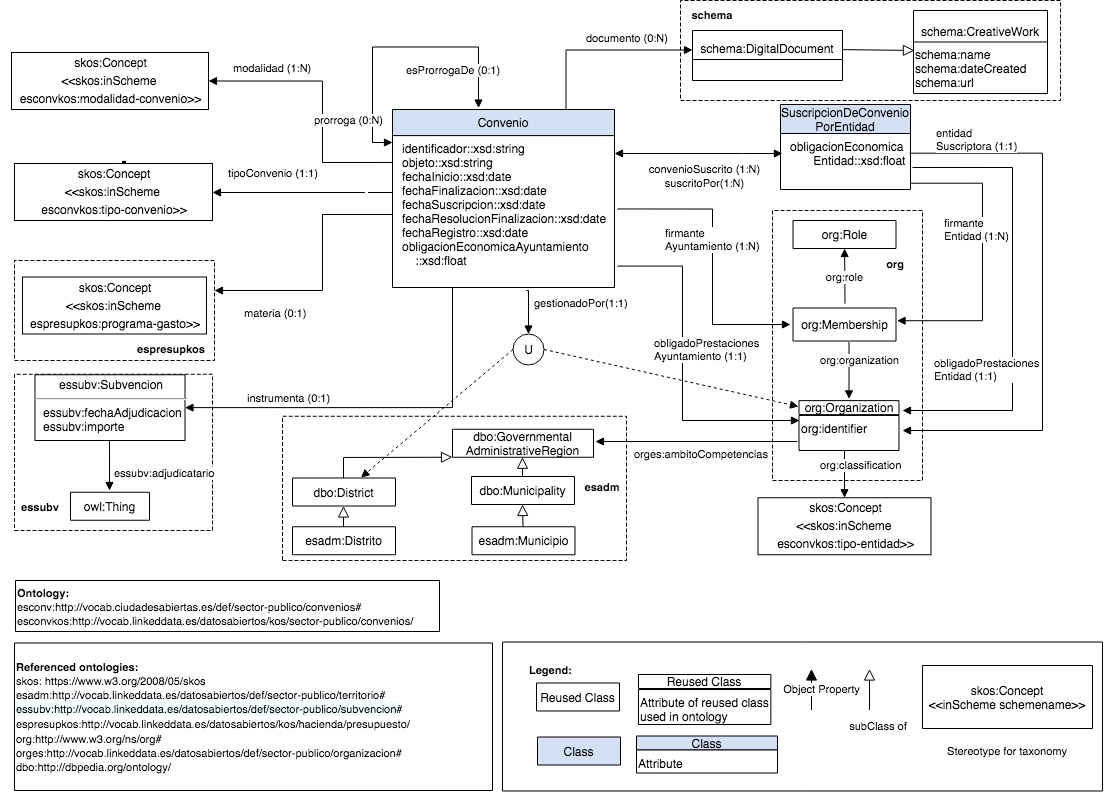
Above: OnToology/ontology/convenio.owl/documentation/resources/images/modeloConceptual.png in opencitydata/sector-publico-convenio-old (draw.io), before the change. Source tidied: cells renumbered, new cells last; positions are measured from the earlier drawing's top-left corner, leaving out a move shared by most shapes.
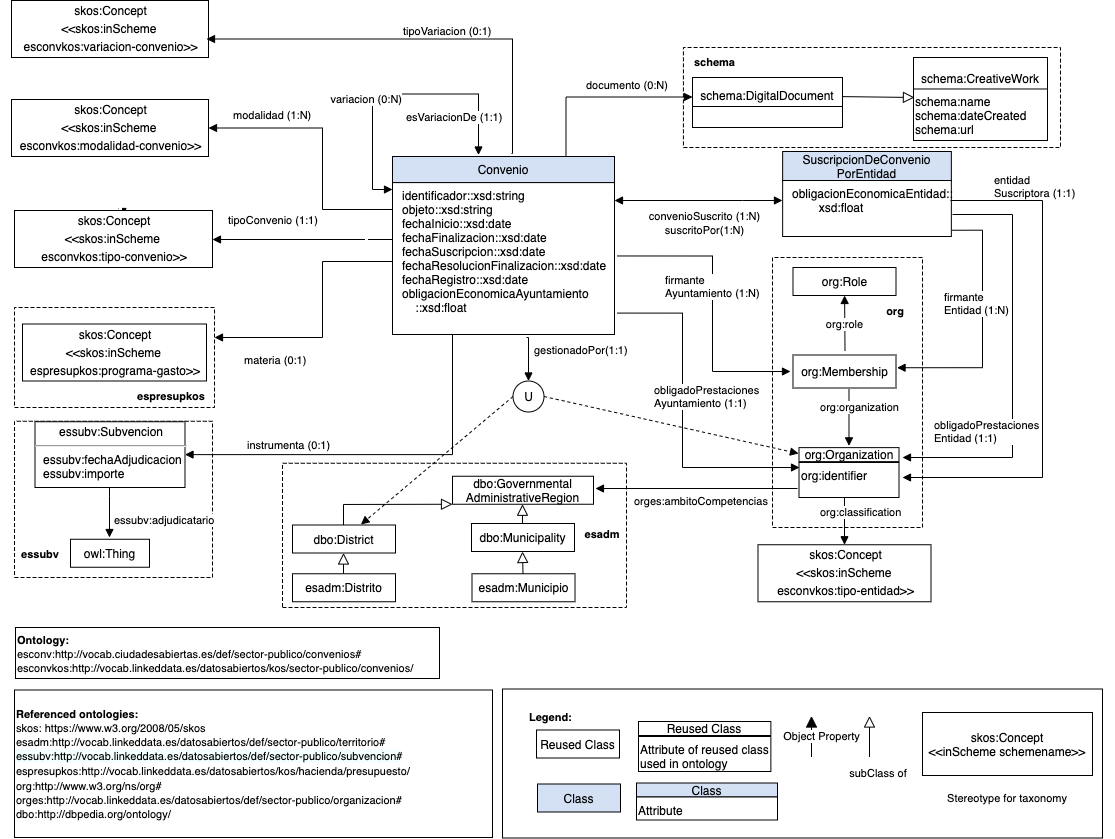
After the commit.

Commit message:
Actualización ontología

Implementación de variación de un convenio (prórroga, extensión o modificación), se agrega un SKOS para tipo de variación.

Change to the diagram source:
```diff
@@ -8,8 +8,9 @@
     <mxCell id="3" style="vsdxID=510;fillColor=none;gradientColor=none;shape=(stored shape, 160 characters);dashed=1;dashPattern=4.00 2.00;labelBackgroundColor=none;rounded=0;html=1;whiteSpace=wrap;" parent="1" vertex="1">
       <mxGeometry x="772" y="210" width="150" height="270" as="geometry" />
     </mxCell>
-    <mxCell id="4" value="obligadoPrestaciones&lt;br&gt;Entidad (1:1)" style="endArrow=block;endFill=1;html=1;edgeStyle=orthogonalEdgeStyle;align=left;verticalAlign=top;rounded=0;exitX=1.015;exitY=0.607;exitDx=0;exitDy=0;exitPerimeter=0;" parent="1" edge="1" source="78">
+    <mxCell id="4" value="obligadoPrestaciones&lt;br&gt;Entidad (1:1)" style="endArrow=block;endFill=1;html=1;edgeStyle=orthogonalEdgeStyle;align=left;verticalAlign=top;rounded=0;" parent="1" edge="1">
       <mxGeometry x="0.25" y="-80" relative="1" as="geometry">
+        <mxPoint x="952" y="167" as="sourcePoint" />
         <mxPoint x="902" y="410" as="targetPoint" />
         <Array as="points">
           <mxPoint x="1012" y="167" />
@@ -269,14 +270,14 @@
         </Array>
       </mxGeometry>
     </mxCell>
-    <mxCell id="62" value="&lt;font style=&quot;font-size: 11px&quot;&gt;esProrrogaDe (0:1)&lt;/font&gt;" style="html=1;align=left;verticalAlign=bottom;labelBackgroundColor=#ffffff;fontSize=10;" parent="61" vertex="1">
+    <mxCell id="62" value="&lt;font style=&quot;font-size: 11px&quot;&gt;esVariacionDe (1:1)&lt;/font&gt;" style="html=1;align=left;verticalAlign=bottom;labelBackgroundColor=#ffffff;fontSize=10;" parent="61" vertex="1">
       <mxGeometry x="-1" relative="1" as="geometry">
         <mxPoint x="-74" y="-30" as="offset" />
       </mxGeometry>
     </mxCell>
-    <mxCell id="63" value="&lt;font style=&quot;font-size: 11px&quot;&gt;prorroga (0:N)&lt;/font&gt;" style="html=1;align=right;verticalAlign=bottom;labelBackgroundColor=#ffffff;fontSize=10;" parent="61" vertex="1">
+    <mxCell id="63" value="&lt;font style=&quot;font-size: 11px&quot;&gt;variacion (0:N)&lt;/font&gt;" style="html=1;align=right;verticalAlign=bottom;labelBackgroundColor=#ffffff;fontSize=10;" parent="61" vertex="1">
       <mxGeometry x="1" relative="1" as="geometry">
-        <mxPoint x="-10" y="-14" as="offset" />
+        <mxPoint x="9.5" y="-82" as="offset" />
       </mxGeometry>
     </mxCell>
     <mxCell id="64" value="&lt;p style=&quot;margin: 0px ; margin-top: 4px ; text-align: center&quot;&gt;&lt;span&gt;skos:Concept&lt;/span&gt;&lt;br&gt;&lt;/p&gt;&lt;p style=&quot;margin: 0px ; margin-top: 4px ; text-align: center&quot;&gt;&amp;lt;&amp;lt;skos:inScheme&amp;nbsp;&lt;/p&gt;&lt;p style=&quot;margin: 0px ; margin-top: 4px ; text-align: center&quot;&gt;esconvkos:modalidad-convenio&amp;gt;&amp;gt;&lt;span&gt;&lt;br&gt;&lt;/span&gt;&lt;/p&gt;" style="verticalAlign=top;align=left;overflow=fill;fontSize=12;fontFamily=Helvetica;html=1;" parent="1" vertex="1">
@@ -313,22 +314,22 @@
       <mxGeometry x="-20" y="26.1" width="222" height="151.9" as="geometry" />
     </mxCell>
     <mxCell id="75" style="group;" parent="1" vertex="1">
-      <mxGeometry x="800" y="120" width="260" height="90" as="geometry" />
+      <mxGeometry x="802" y="120" width="258" height="90" as="geometry" />
     </mxCell>
     <mxCell id="76" style="group;" parent="75" vertex="1">
-      <mxGeometry x="-20" y="-21" width="130" height="90" as="geometry" />
+      <mxGeometry x="-19.8" y="-21" width="168.7" height="90" as="geometry" />
     </mxCell>
     <mxCell id="77" value="&lt;font style=&quot;font-size: 12px ; color: rgb(0 , 0 , 0) ; direction: ltr ; letter-spacing: 0px ; line-height: 120% ; opacity: 1&quot;&gt;SuscripcionDeConvenio&lt;br&gt;PorEntidad&lt;br&gt;&lt;/font&gt;" style="verticalAlign=middle;align=center;vsdxID=334;fillColor=#D4E1F5;gradientColor=none;shape=(stored shape, 160 characters);labelBackgroundColor=none;rounded=0;html=1;whiteSpace=wrap;" parent="76" vertex="1">
-      <mxGeometry y="5" width="130" height="30" as="geometry" />
+      <mxGeometry y="5" width="168.7" height="30" as="geometry" />
     </mxCell>
-    <mxCell id="78" value="&lt;p style=&quot;margin: 0px 0px 0px 8px&quot;&gt;&lt;span&gt;obligacion&lt;/span&gt;&lt;span&gt;Economica&lt;/span&gt;&lt;br&gt;&lt;/p&gt;&lt;p style=&quot;margin: 0px 0px 0px 8px&quot;&gt;&amp;nbsp; &amp;nbsp; &amp;nbsp; &amp;nbsp;Entidad::xsd:float&lt;/p&gt;" style="verticalAlign=top;align=left;vsdxID=335;fillColor=#FFFFFF;gradientColor=none;shape=(stored shape, 160 characters);labelBackgroundColor=none;rounded=0;html=1;whiteSpace=wrap;" parent="76" vertex="1">
-      <mxGeometry y="34" width="130" height="56" as="geometry" />
+    <mxCell id="78" value="&lt;p style=&quot;margin: 0px 0px 0px 8px&quot;&gt;&lt;span&gt;obligacion&lt;/span&gt;&lt;span&gt;Economica&lt;/span&gt;&lt;span&gt;Entidad::&lt;/span&gt;&lt;/p&gt;&lt;p style=&quot;margin: 0px 0px 0px 8px&quot;&gt;&lt;span&gt;&amp;nbsp; &amp;nbsp; &amp;nbsp; &amp;nbsp; xsd:float&lt;/span&gt;&lt;/p&gt;" style="verticalAlign=top;align=left;vsdxID=335;fillColor=#FFFFFF;gradientColor=none;shape=(stored shape, 160 characters);labelBackgroundColor=none;rounded=0;html=1;whiteSpace=wrap;" parent="76" vertex="1">
+      <mxGeometry y="34" width="168.7" height="56" as="geometry" />
     </mxCell>
     <mxCell id="79" style="vsdxID=510;fillColor=none;gradientColor=none;shape=(stored shape, 160 characters);dashed=1;dashPattern=4.00 2.00;labelBackgroundColor=none;rounded=0;html=1;whiteSpace=wrap;" parent="75" vertex="1">
-      <mxGeometry x="-120" y="-120" width="380" height="100" as="geometry" />
+      <mxGeometry x="-119.1" y="-120" width="377.1" height="100" as="geometry" />
     </mxCell>
     <mxCell id="80" value="&lt;font style=&quot;font-size: 11px ; color: rgb(0 , 0 , 0) ; direction: ltr ; letter-spacing: 0px ; line-height: 120% ; opacity: 1&quot;&gt;&lt;b&gt;schema&lt;br&gt;&lt;/b&gt;&lt;/font&gt;" style="verticalAlign=middle;align=center;vsdxID=511;fillColor=none;gradientColor=none;shape=(stored shape, 160 characters);strokeColor=none;labelBackgroundColor=none;rounded=0;html=1;whiteSpace=wrap;" parent="75" vertex="1">
-      <mxGeometry x="-128" y="-120" width="80" height="28" as="geometry" />
+      <mxGeometry x="-127" y="-120" width="79.4" height="28" as="geometry" />
     </mxCell>
     <mxCell id="81" value="firmante&lt;br&gt;Entidad (1:N)" style="endArrow=block;endFill=1;html=1;edgeStyle=orthogonalEdgeStyle;align=left;verticalAlign=top;rounded=0;exitX=1.004;exitY=0.888;exitDx=0;exitDy=0;exitPerimeter=0;entryX=1.01;entryY=0.386;entryDx=0;entryDy=0;entryPerimeter=0;" parent="1" edge="1" source="78" target="18">
       <mxGeometry x="-0.33" y="-40" relative="1" as="geometry">
@@ -341,8 +342,9 @@
     <mxCell id="82" style="html=1;align=left;verticalAlign=bottom;labelBackgroundColor=#ffffff;fontSize=10;" parent="81" vertex="1">
       <mxGeometry x="-1" relative="1" as="geometry" />
     </mxCell>
-    <mxCell id="83" value="entidad&lt;br&gt;Suscriptora (1:1)" style="endArrow=block;endFill=1;html=1;edgeStyle=orthogonalEdgeStyle;align=left;verticalAlign=top;rounded=0;exitX=0.993;exitY=0.352;exitDx=0;exitDy=0;exitPerimeter=0;" parent="1" edge="1" source="78">
-      <mxGeometry x="-0.91" y="33" relative="1" as="geometry">
+    <mxCell id="83" value="entidad&lt;br&gt;Suscriptora (1:1)" style="endArrow=block;endFill=1;html=1;edgeStyle=orthogonalEdgeStyle;align=left;verticalAlign=top;rounded=0;" parent="1" edge="1">
+      <mxGeometry x="-0.83" y="33" relative="1" as="geometry">
+        <mxPoint x="950" y="153" as="sourcePoint" />
         <mxPoint x="902" y="430" as="targetPoint" />
         <Array as="points">
           <mxPoint x="1042" y="153" />
@@ -439,5 +441,21 @@
     <mxCell id="104" value="&lt;font style=&quot;font-size: 11px&quot;&gt;convenioSuscrito (1:N)&lt;br&gt;suscritoPor(1:N)&lt;/font&gt;" style="text;html=1;align=center;verticalAlign=middle;" parent="1" vertex="1">
       <mxGeometry x="639.2" y="155" width="130" height="40" as="geometry" />
     </mxCell>
+    <mxCell id="105" value="&lt;p style=&quot;margin: 0px ; margin-top: 4px ; text-align: center&quot;&gt;&lt;span&gt;skos:Concept&lt;/span&gt;&lt;br&gt;&lt;/p&gt;&lt;p style=&quot;margin: 0px ; margin-top: 4px ; text-align: center&quot;&gt;&amp;lt;&amp;lt;skos:inScheme&amp;nbsp;&lt;/p&gt;&lt;p style=&quot;margin: 0px ; margin-top: 4px ; text-align: center&quot;&gt;esconvkos:variacion-convenio&amp;gt;&amp;gt;&lt;span&gt;&lt;br&gt;&lt;/span&gt;&lt;/p&gt;" style="verticalAlign=top;align=left;overflow=fill;fontSize=12;fontFamily=Helvetica;html=1;" parent="1" vertex="1">
+      <mxGeometry x="11" y="-47" width="197" height="57" as="geometry" />
+    </mxCell>
+    <mxCell id="106" value="tipoVariacion (0:1)" style="endArrow=block;endFill=1;html=1;edgeStyle=orthogonalEdgeStyle;align=left;verticalAlign=top;rounded=0;exitX=0.536;exitY=-0.115;exitDx=0;exitDy=0;exitPerimeter=0;" parent="1" edge="1" source="73">
+      <mxGeometry x="0.08" y="-21" relative="1" as="geometry">
+        <mxPoint x="206" y="-8.5" as="targetPoint" />
+        <Array as="points">
+          <mxPoint x="512" y="106" />
+          <mxPoint x="512" y="-8" />
+        </Array>
+        <mxPoint x="1" as="offset" />
+      </mxGeometry>
+    </mxCell>
+    <mxCell id="107" style="html=1;align=left;verticalAlign=bottom;labelBackgroundColor=#ffffff;fontSize=10;" parent="106" vertex="1">
+      <mxGeometry x="-1" relative="1" as="geometry" />
+    </mxCell>
   </root>
 </mxGraphModel>
```
